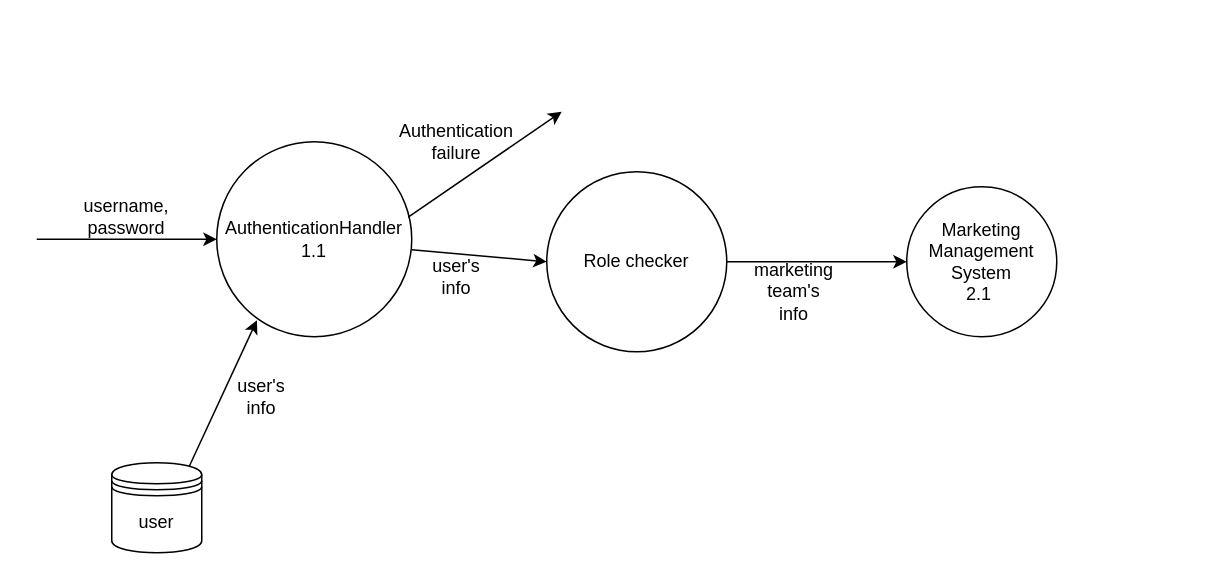
Before: Docs/Charts/Developer Panagiotis/DFD/DFD (lvl_marketingteam1).drawio in Konstantinos-Papanagnou/Project-Management, a draw.io diagram. Source tidied: cells renumbered, new cells numbered last; positions are measured from the earlier drawing's top-left corner, leaving out a move shared by most shapes. Both pictures are drawn from the tidied source at 150%, with x=0, y=0 at pixel (36, 111).
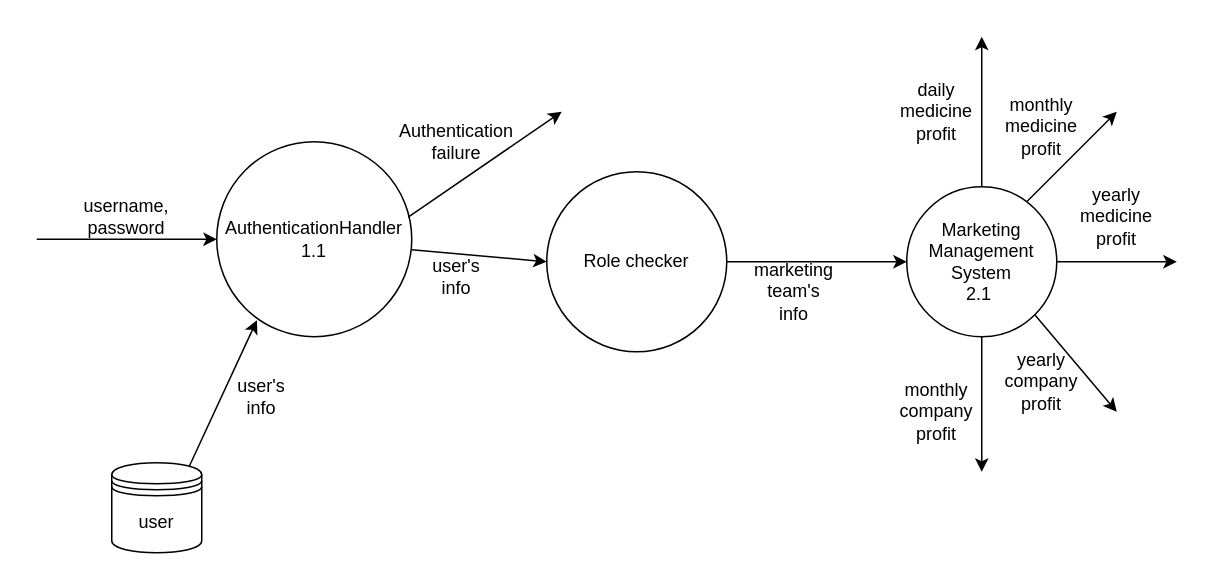
Above is the later version.

The change refers to these unchanged cells:
```xml
<mxCell id="2" value="Marketing Management System&lt;br&gt;2.1&amp;nbsp;" style="ellipse;whiteSpace=wrap;html=1;" parent="1" vertex="1">
  <mxGeometry x="580" y="50" width="100" height="100" as="geometry" />
</mxCell>
```

Change to the diagram source:
```diff
@@
+    <mxCell id="16" style="edgeStyle=orthogonalEdgeStyle;rounded=0;jettySize=auto;html=1;exitX=0.5;exitY=0;exitDx=0;exitDy=0;" parent="1" edge="1" source="2">
+      <mxGeometry relative="1" as="geometry">
+        <mxPoint x="630" y="-50" as="targetPoint" />
+      </mxGeometry>
+    </mxCell>
+    <mxCell id="17" style="edgeStyle=orthogonalEdgeStyle;rounded=0;jettySize=auto;html=1;exitX=1;exitY=0.5;exitDx=0;exitDy=0;" parent="1" edge="1" source="2">
+      <mxGeometry relative="1" as="geometry">
+        <mxPoint x="760" y="100" as="targetPoint" />
+      </mxGeometry>
+    </mxCell>
+    <mxCell id="18" style="edgeStyle=orthogonalEdgeStyle;rounded=0;jettySize=auto;html=1;exitX=0.5;exitY=1;exitDx=0;exitDy=0;" parent="1" edge="1" source="2">
+      <mxGeometry relative="1" as="geometry">
+        <mxPoint x="630" y="240" as="targetPoint" />
+      </mxGeometry>
+    </mxCell>
@@
+    <mxCell id="19" value="daily medicine profit" style="text;html=1;strokeColor=none;fillColor=none;align=center;verticalAlign=middle;whiteSpace=wrap;rounded=0;" parent="1" vertex="1">
+      <mxGeometry x="580" y="-10" width="40" height="20" as="geometry" />
+    </mxCell>
+    <mxCell id="20" value="monthly medicine profit" style="text;html=1;strokeColor=none;fillColor=none;align=center;verticalAlign=middle;whiteSpace=wrap;rounded=0;" parent="1" vertex="1">
+      <mxGeometry x="650" width="40" height="20" as="geometry" />
+    </mxCell>
+    <mxCell id="21" value="yearly medicine profit" style="text;html=1;strokeColor=none;fillColor=none;align=center;verticalAlign=middle;whiteSpace=wrap;rounded=0;" parent="1" vertex="1">
+      <mxGeometry x="700" y="60" width="40" height="20" as="geometry" />
+    </mxCell>
+    <mxCell id="22" style="endArrow=classic;html=1;" parent="1" edge="1">
+      <mxGeometry relative="1" as="geometry">
+        <mxPoint x="660" y="60" as="sourcePoint" />
+        <mxPoint x="720" as="targetPoint" />
+      </mxGeometry>
+    </mxCell>
+    <mxCell id="23" value="yearly company profit" style="text;html=1;strokeColor=none;fillColor=none;align=center;verticalAlign=middle;whiteSpace=wrap;rounded=0;" parent="1" vertex="1">
+      <mxGeometry x="650" y="170" width="40" height="20" as="geometry" />
+    </mxCell>
+    <mxCell id="24" value="monthly company profit" style="text;html=1;strokeColor=none;fillColor=none;align=center;verticalAlign=middle;whiteSpace=wrap;rounded=0;" parent="1" vertex="1">
+      <mxGeometry x="580" y="190" width="40" height="20" as="geometry" />
+    </mxCell>
+    <mxCell id="25" style="endArrow=classic;html=1;exitX=1;exitY=1;exitDx=0;exitDy=0;" parent="1" edge="1" source="2">
+      <mxGeometry relative="1" as="geometry">
+        <mxPoint x="720" y="200" as="targetPoint" />
+      </mxGeometry>
+    </mxCell>
```
